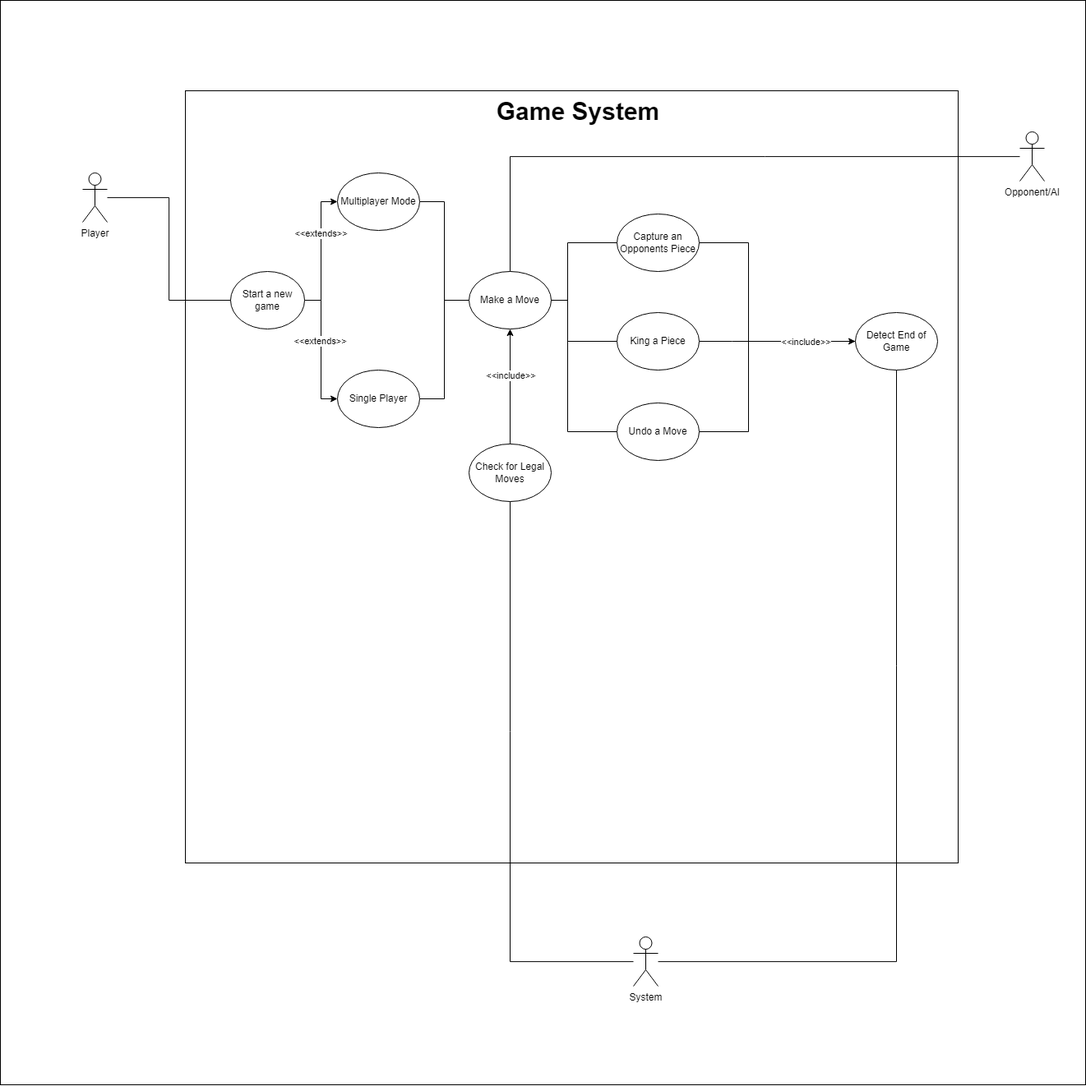
This is docs/diagrams/use_case_diagram.png from marinara782/OMG-Multiplayer-Project, a draw.io export, as it was before one commit. Source tidied: cells renumbered, new cells last; positions are measured from the earlier drawing's top-left corner, leaving out a move shared by most shapes.
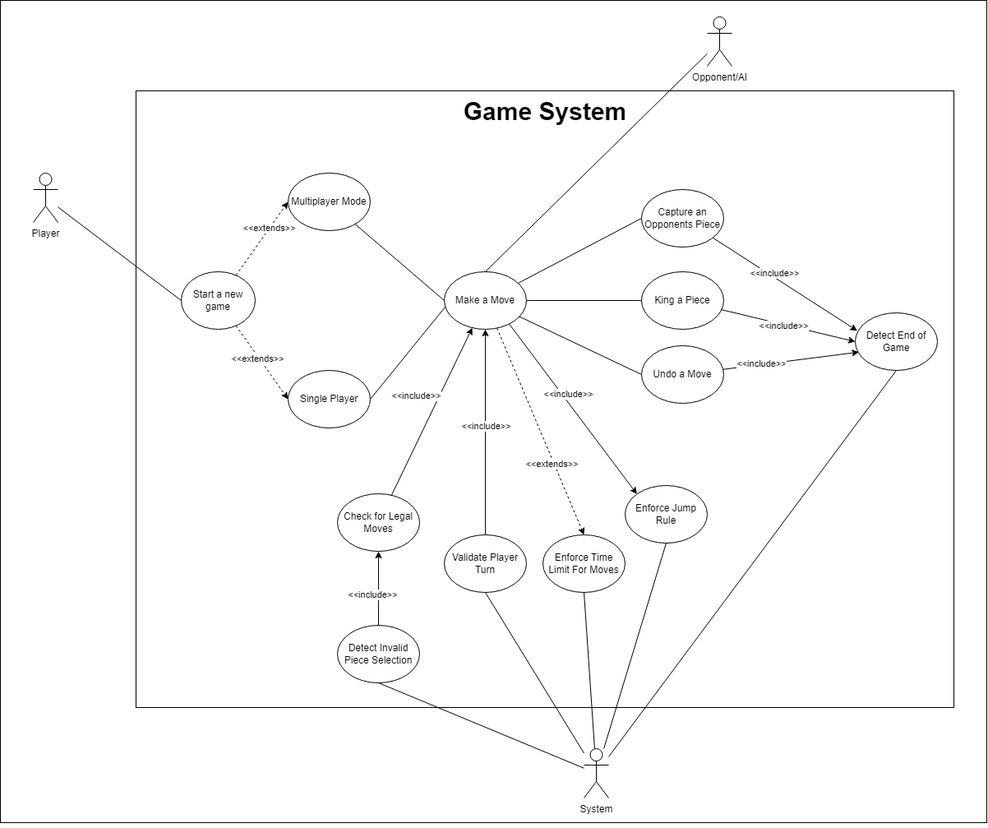
After the commit.

Commit message:
Added extra use cases, fixed and aligned the system, clarified function

The edit, as a diff of the source:
```diff
@@ -2,57 +2,62 @@
   <root>
     <mxCell id="0" />
     <mxCell id="1" parent="0" />
-    <mxCell id="2" style="whiteSpace=wrap;html=1;" parent="1" vertex="1">
-      <mxGeometry width="1320" height="1320" as="geometry" />
+    <mxCell id="2" style="whiteSpace=wrap;html=1;imageAspect=0;" parent="1" vertex="1">
+      <mxGeometry x="60" width="1200" height="1000" as="geometry" />
     </mxCell>
     <mxCell id="3" value="&lt;div&gt;Player&lt;/div&gt;" style="shape=umlActor;verticalLabelPosition=bottom;verticalAlign=top;html=1;outlineConnect=0;" parent="1" vertex="1">
       <mxGeometry x="100" y="210" width="30" height="60" as="geometry" />
     </mxCell>
-    <mxCell id="4" value="&lt;h1 style=&quot;padding-top: 0px; margin-top: 16.08px;&quot;&gt;&lt;br&gt;&lt;/h1&gt;" style="whiteSpace=wrap;html=1;align=center;horizontal=1;" parent="1" vertex="1">
-      <mxGeometry x="225" y="110" width="940" height="940" as="geometry" />
+    <mxCell id="4" value="&lt;h1 style=&quot;padding-top: 0px; margin-top: 16.08px;&quot;&gt;&lt;br&gt;&lt;/h1&gt;" style="whiteSpace=wrap;html=1;align=center;horizontal=1;strokeColor=default;imageAspect=0;" parent="1" vertex="1">
+      <mxGeometry x="225" y="110" width="995" height="750" as="geometry" />
     </mxCell>
-    <mxCell id="5" style="edgeStyle=orthogonalEdgeStyle;rounded=0;jettySize=auto;html=1;endArrow=none;startFill=0;" parent="1" edge="1" source="6" target="27">
+    <mxCell id="5" style="rounded=0;jettySize=auto;html=1;endArrow=none;startFill=0;entryX=0.5;entryY=0;entryDx=0;entryDy=0;" parent="1" edge="1" source="6" target="27">
       <mxGeometry relative="1" as="geometry" />
     </mxCell>
     <mxCell id="6" value="&lt;div&gt;Opponent/AI&lt;/div&gt;&lt;div&gt;&lt;br&gt;&lt;/div&gt;" style="shape=umlActor;verticalLabelPosition=bottom;verticalAlign=top;html=1;outlineConnect=0;" parent="1" vertex="1">
-      <mxGeometry x="1240" y="160" width="30" height="60" as="geometry" />
+      <mxGeometry x="920" y="20" width="30" height="60" as="geometry" />
     </mxCell>
-    <mxCell id="7" style="edgeStyle=orthogonalEdgeStyle;rounded=0;jettySize=auto;html=1;entryX=0.5;entryY=1;entryDx=0;entryDy=0;endArrow=none;startFill=0;" parent="1" edge="1" source="9" target="30">
+    <mxCell id="7" style="rounded=0;jettySize=auto;html=1;entryX=0.5;entryY=1;entryDx=0;entryDy=0;endArrow=none;startFill=0;" parent="1" edge="1" source="9" target="50">
       <mxGeometry relative="1" as="geometry" />
     </mxCell>
-    <mxCell id="8" style="edgeStyle=orthogonalEdgeStyle;rounded=0;jettySize=auto;html=1;entryX=0.5;entryY=1;entryDx=0;entryDy=0;endArrow=none;startFill=0;" parent="1" edge="1" source="9" target="34">
+    <mxCell id="8" style="rounded=0;jettySize=auto;html=1;entryX=0.5;entryY=1;entryDx=0;entryDy=0;endArrow=none;startFill=0;" parent="1" edge="1" source="9" target="34">
       <mxGeometry relative="1" as="geometry" />
     </mxCell>
+    <mxCell id="36" style="rounded=0;jettySize=auto;html=1;entryX=0.5;entryY=1;entryDx=0;entryDy=0;endArrow=none;startFill=0;" parent="1" edge="1" source="9" target="47">
+      <mxGeometry relative="1" as="geometry" />
+    </mxCell>
+    <mxCell id="37" style="rounded=0;jettySize=auto;html=1;entryX=0.5;entryY=1;entryDx=0;entryDy=0;endArrow=none;startFill=0;" parent="1" edge="1" source="9" target="52">
+      <mxGeometry relative="1" as="geometry" />
+    </mxCell>
     <mxCell id="9" value="System&lt;div&gt;&lt;br&gt;&lt;/div&gt;" style="shape=umlActor;verticalLabelPosition=bottom;verticalAlign=top;html=1;outlineConnect=0;" parent="1" vertex="1">
-      <mxGeometry x="770" y="1140" width="30" height="60" as="geometry" />
+      <mxGeometry x="770" y="910" width="30" height="60" as="geometry" />
     </mxCell>
     <mxCell id="10" value="&lt;b&gt;&lt;font style=&quot;font-size: 30px;&quot;&gt;Game System&lt;/font&gt;&lt;/b&gt;" style="text;html=1;align=center;verticalAlign=middle;whiteSpace=wrap;rounded=0;" parent="1" vertex="1">
-      <mxGeometry x="517.5" y="120" width="370" height="30" as="geometry" />
+      <mxGeometry x="537.5" y="120" width="370" height="30" as="geometry" />
     </mxCell>
-    <mxCell id="11" style="edgeStyle=orthogonalEdgeStyle;rounded=0;jettySize=auto;html=1;entryX=0;entryY=0.5;entryDx=0;entryDy=0;endArrow=none;startFill=0;" parent="1" edge="1" source="12" target="27">
+    <mxCell id="11" style="rounded=0;jettySize=auto;html=1;entryX=0;entryY=0.5;entryDx=0;entryDy=0;endArrow=none;startFill=0;" parent="1" edge="1" source="12" target="27">
       <mxGeometry relative="1" as="geometry" />
     </mxCell>
     <mxCell id="12" value="Multiplayer Mode" style="ellipse;whiteSpace=wrap;html=1;" parent="1" vertex="1">
       <mxGeometry x="410" y="210" width="100" height="70" as="geometry" />
     </mxCell>
-    <mxCell id="13" style="edgeStyle=orthogonalEdgeStyle;rounded=0;jettySize=auto;html=1;endArrow=none;startFill=0;" parent="1" edge="1" source="14" target="27">
+    <mxCell id="13" style="rounded=0;jettySize=auto;html=1;endArrow=none;startFill=0;exitX=1;exitY=0.5;exitDx=0;exitDy=0;" parent="1" edge="1" source="14">
       <mxGeometry relative="1" as="geometry">
-        <Array as="points">
-          <mxPoint x="540" y="485" />
-          <mxPoint x="540" y="365" />
-        </Array>
+        <mxPoint x="607.5" y="365" as="targetPoint" />
       </mxGeometry>
     </mxCell>
     <mxCell id="14" value="Single Player" style="ellipse;whiteSpace=wrap;html=1;" parent="1" vertex="1">
       <mxGeometry x="410" y="450" width="100" height="70" as="geometry" />
     </mxCell>
-    <mxCell id="15" style="edgeStyle=orthogonalEdgeStyle;rounded=0;jettySize=auto;html=1;entryX=0;entryY=0.5;entryDx=0;entryDy=0;strokeColor=default;curved=0;endArrow=classic;startFill=0;endFill=1;" parent="1" edge="1" source="19" target="14">
-      <mxGeometry relative="1" as="geometry" />
+    <mxCell id="15" style="rounded=0;jettySize=auto;html=1;strokeColor=default;endArrow=classic;startFill=0;endFill=1;dashed=1;" parent="1" edge="1" source="19">
+      <mxGeometry relative="1" as="geometry">
+        <mxPoint x="410" y="485" as="targetPoint" />
+      </mxGeometry>
     </mxCell>
     <mxCell id="16" value="&amp;lt;&amp;lt;extends&amp;gt;&amp;gt;" style="edgeLabel;html=1;align=center;verticalAlign=middle;" parent="15" vertex="1">
       <mxGeometry x="-0.15" y="-2" relative="1" as="geometry" />
     </mxCell>
-    <mxCell id="17" style="edgeStyle=orthogonalEdgeStyle;rounded=0;jettySize=auto;html=1;entryX=0;entryY=0.5;entryDx=0;entryDy=0;endArrow=classic;startFill=0;endFill=1;" parent="1" edge="1" source="19" target="12">
+    <mxCell id="17" style="rounded=0;jettySize=auto;html=1;entryX=0;entryY=0.5;entryDx=0;entryDy=0;endArrow=classic;startFill=0;endFill=1;dashed=1;" parent="1" edge="1" source="19" target="12">
       <mxGeometry relative="1" as="geometry" />
     </mxCell>
     <mxCell id="18" value="&amp;lt;&amp;lt;extends&amp;gt;&amp;gt;" style="edgeLabel;html=1;align=center;verticalAlign=middle;" parent="17" vertex="1">
@@ -61,85 +66,104 @@
     <mxCell id="19" value="Start a new game" style="ellipse;whiteSpace=wrap;html=1;" parent="1" vertex="1">
       <mxGeometry x="280" y="330" width="90" height="70" as="geometry" />
     </mxCell>
-    <mxCell id="20" style="edgeStyle=orthogonalEdgeStyle;rounded=0;jettySize=auto;html=1;entryX=0;entryY=0.5;entryDx=0;entryDy=0;endArrow=none;startFill=0;" parent="1" edge="1" source="21" target="34">
-      <mxGeometry relative="1" as="geometry">
-        <Array as="points">
-          <mxPoint x="910" y="295" />
-          <mxPoint x="910" y="415" />
-        </Array>
-      </mxGeometry>
+    <mxCell id="20" style="rounded=0;jettySize=auto;html=1;entryX=0.025;entryY=0.311;entryDx=0;entryDy=0;endArrow=classic;startFill=0;endFill=1;entryPerimeter=0;" parent="1" edge="1" source="21" target="34">
+      <mxGeometry relative="1" as="geometry" />
     </mxCell>
+    <mxCell id="38" value="&amp;lt;&amp;lt;include&amp;gt;&amp;gt;" style="edgeLabel;html=1;align=center;verticalAlign=middle;" parent="20" vertex="1">
+      <mxGeometry x="-0.18" y="5" relative="1" as="geometry" />
+    </mxCell>
     <mxCell id="21" value="Capture an Opponents Piece" style="ellipse;whiteSpace=wrap;html=1;" parent="1" vertex="1">
-      <mxGeometry x="750" y="260" width="100" height="70" as="geometry" />
+      <mxGeometry x="840" y="230" width="100" height="70" as="geometry" />
     </mxCell>
-    <mxCell id="22" style="edgeStyle=orthogonalEdgeStyle;rounded=0;jettySize=auto;html=1;endArrow=none;startFill=0;" parent="1" edge="1" source="23">
-      <mxGeometry relative="1" as="geometry">
-        <mxPoint x="930" y="415" as="targetPoint" />
-      </mxGeometry>
+    <mxCell id="22" style="rounded=0;jettySize=auto;html=1;endArrow=classic;startFill=0;entryX=0;entryY=0.5;entryDx=0;entryDy=0;endFill=1;" parent="1" edge="1" source="23" target="34">
+      <mxGeometry relative="1" as="geometry" />
     </mxCell>
+    <mxCell id="39" value="&amp;lt;&amp;lt;include&amp;gt;&amp;gt;" style="edgeLabel;html=1;align=center;verticalAlign=middle;" parent="22" vertex="1">
+      <mxGeometry x="-0.08" y="-1" relative="1" as="geometry" />
+    </mxCell>
     <mxCell id="23" value="King a Piece" style="ellipse;whiteSpace=wrap;html=1;" parent="1" vertex="1">
-      <mxGeometry x="750" y="380" width="100" height="70" as="geometry" />
+      <mxGeometry x="840" y="330" width="100" height="70" as="geometry" />
     </mxCell>
-    <mxCell id="24" style="edgeStyle=orthogonalEdgeStyle;rounded=0;jettySize=auto;html=1;entryX=0;entryY=0.5;entryDx=0;entryDy=0;endArrow=none;startFill=0;" parent="1" edge="1" source="27" target="21">
-      <mxGeometry relative="1" as="geometry">
-        <Array as="points">
-          <mxPoint x="690" y="365" />
-        </Array>
-      </mxGeometry>
+    <mxCell id="24" style="rounded=0;jettySize=auto;html=1;entryX=0;entryY=0.5;entryDx=0;entryDy=0;endArrow=none;startFill=0;" parent="1" edge="1" source="27" target="21">
+      <mxGeometry relative="1" as="geometry" />
     </mxCell>
-    <mxCell id="25" style="edgeStyle=orthogonalEdgeStyle;rounded=0;jettySize=auto;html=1;entryX=0;entryY=0.5;entryDx=0;entryDy=0;endArrow=none;startFill=0;" parent="1" edge="1" source="27" target="23">
-      <mxGeometry relative="1" as="geometry">
-        <Array as="points">
-          <mxPoint x="690" y="365" />
-        </Array>
-      </mxGeometry>
+    <mxCell id="25" style="rounded=0;jettySize=auto;html=1;entryX=0;entryY=0.5;entryDx=0;entryDy=0;endArrow=none;startFill=0;" parent="1" edge="1" source="27" target="23">
+      <mxGeometry relative="1" as="geometry" />
     </mxCell>
-    <mxCell id="26" style="edgeStyle=orthogonalEdgeStyle;rounded=0;jettySize=auto;html=1;entryX=0;entryY=0.5;entryDx=0;entryDy=0;endArrow=none;startFill=0;" parent="1" edge="1" source="27" target="33">
-      <mxGeometry relative="1" as="geometry">
-        <Array as="points">
-          <mxPoint x="690" y="365" />
-          <mxPoint x="690" y="525" />
-        </Array>
-      </mxGeometry>
+    <mxCell id="26" style="rounded=0;jettySize=auto;html=1;entryX=0;entryY=0.5;entryDx=0;entryDy=0;endArrow=none;startFill=0;" parent="1" edge="1" source="27" target="33">
+      <mxGeometry relative="1" as="geometry" />
     </mxCell>
+    <mxCell id="40" style="rounded=0;jettySize=auto;html=1;entryX=0.5;entryY=0;entryDx=0;entryDy=0;dashed=1;" parent="1" edge="1" source="27" target="51">
+      <mxGeometry relative="1" as="geometry" />
+    </mxCell>
+    <mxCell id="41" value="&amp;lt;&amp;lt;extends&amp;gt;&amp;gt;" style="edgeLabel;html=1;align=center;verticalAlign=middle;" parent="40" vertex="1">
+      <mxGeometry x="0.3" y="-3" relative="1" as="geometry" />
+    </mxCell>
+    <mxCell id="42" style="rounded=0;jettySize=auto;html=1;entryX=0;entryY=0;entryDx=0;entryDy=0;exitX=0.788;exitY=0.903;exitDx=0;exitDy=0;exitPerimeter=0;" parent="1" edge="1" source="27" target="52">
+      <mxGeometry relative="1" as="geometry" />
+    </mxCell>
+    <mxCell id="43" value="&amp;lt;&amp;lt;include&amp;gt;&amp;gt;" style="edgeLabel;html=1;align=center;verticalAlign=middle;" parent="42" vertex="1">
+      <mxGeometry x="-0.14" y="6" relative="1" as="geometry" />
+    </mxCell>
     <mxCell id="27" value="Make a Move" style="ellipse;whiteSpace=wrap;html=1;" parent="1" vertex="1">
-      <mxGeometry x="570" y="330" width="100" height="70" as="geometry" />
+      <mxGeometry x="600" y="330" width="100" height="70" as="geometry" />
     </mxCell>
-    <mxCell id="28" style="edgeStyle=orthogonalEdgeStyle;rounded=0;jettySize=auto;html=1;endArrow=classic;startFill=0;endFill=1;" parent="1" edge="1" source="30" target="27">
+    <mxCell id="28" style="rounded=0;jettySize=auto;html=1;endArrow=classic;startFill=0;endFill=1;" parent="1" edge="1" source="30" target="27">
       <mxGeometry relative="1" as="geometry" />
     </mxCell>
     <mxCell id="29" value="&amp;lt;&amp;lt;include&amp;gt;&amp;gt;" style="edgeLabel;html=1;align=center;verticalAlign=middle;" parent="28" vertex="1">
-      <mxGeometry x="0.2" relative="1" as="geometry" />
+      <mxGeometry x="0.2" relative="1" as="geometry">
+        <mxPoint x="-29" as="offset" />
+      </mxGeometry>
     </mxCell>
     <mxCell id="30" value="Check for Legal Moves" style="ellipse;whiteSpace=wrap;html=1;" parent="1" vertex="1">
-      <mxGeometry x="570" y="540" width="100" height="70" as="geometry" />
+      <mxGeometry x="470" y="600" width="100" height="70" as="geometry" />
     </mxCell>
-    <mxCell id="31" style="edgeStyle=orthogonalEdgeStyle;rounded=0;jettySize=auto;html=1;entryX=0;entryY=0.5;entryDx=0;entryDy=0;endArrow=classic;startFill=0;endFill=1;" parent="1" edge="1" source="33" target="34">
-      <mxGeometry relative="1" as="geometry">
-        <Array as="points">
-          <mxPoint x="910" y="525" />
-          <mxPoint x="910" y="415" />
-        </Array>
-      </mxGeometry>
+    <mxCell id="31" style="rounded=0;jettySize=auto;html=1;entryX=0.045;entryY=0.682;entryDx=0;entryDy=0;endArrow=classic;startFill=0;endFill=1;entryPerimeter=0;" parent="1" edge="1" source="33" target="34">
+      <mxGeometry relative="1" as="geometry" />
     </mxCell>
-    <mxCell id="32" value="&amp;lt;&amp;lt;include&amp;gt;&amp;gt;" style="edgeLabel;html=1;align=center;verticalAlign=middle;" parent="31" vertex="1">
-      <mxGeometry x="0.71" y="-2" relative="1" as="geometry">
-        <mxPoint x="-17" y="-2" as="offset" />
-      </mxGeometry>
-    </mxCell>
+    <mxCell id="44" value="&amp;lt;&amp;lt;include&amp;gt;&amp;gt;&lt;div&gt;&lt;br&gt;&lt;/div&gt;" style="edgeLabel;html=1;align=center;verticalAlign=middle;" parent="31" vertex="1">
+      <mxGeometry x="-0.43" y="-6" relative="1" as="geometry">
+        <mxPoint x="-1" as="offset" />
+      </mxGeometry>
+    </mxCell>
     <mxCell id="33" value="Undo a Move" style="ellipse;whiteSpace=wrap;html=1;" parent="1" vertex="1">
-      <mxGeometry x="750" y="490" width="100" height="70" as="geometry" />
+      <mxGeometry x="840" y="420" width="100" height="70" as="geometry" />
     </mxCell>
     <mxCell id="34" value="Detect End of Game" style="ellipse;whiteSpace=wrap;html=1;" parent="1" vertex="1">
-      <mxGeometry x="1040" y="380" width="100" height="70" as="geometry" />
+      <mxGeometry x="1100" y="380" width="100" height="70" as="geometry" />
     </mxCell>
-    <mxCell id="35" style="edgeStyle=orthogonalEdgeStyle;rounded=0;jettySize=auto;html=1;entryX=0;entryY=0.5;entryDx=0;entryDy=0;endArrow=none;startFill=0;" parent="1" edge="1" source="3" target="19">
-      <mxGeometry relative="1" as="geometry">
-        <Array as="points">
-          <mxPoint x="205" y="240" />
-          <mxPoint x="205" y="365" />
-        </Array>
-      </mxGeometry>
+    <mxCell id="35" style="rounded=0;jettySize=auto;html=1;entryX=0;entryY=0.5;entryDx=0;entryDy=0;endArrow=none;startFill=0;" parent="1" edge="1" source="3" target="19">
+      <mxGeometry relative="1" as="geometry" />
     </mxCell>
+    <mxCell id="45" style="rounded=0;jettySize=auto;html=1;entryX=0.5;entryY=1;entryDx=0;entryDy=0;" parent="1" edge="1" source="47" target="27">
+      <mxGeometry relative="1" as="geometry" />
+    </mxCell>
+    <mxCell id="46" value="&amp;lt;&amp;lt;include&amp;gt;&amp;gt;" style="edgeLabel;html=1;align=center;verticalAlign=middle;" parent="45" vertex="1">
+      <mxGeometry x="0.06" relative="1" as="geometry" />
+    </mxCell>
+    <mxCell id="47" value="Validate Player Turn" style="ellipse;whiteSpace=wrap;html=1;" parent="1" vertex="1">
+      <mxGeometry x="600" y="650" width="100" height="70" as="geometry" />
+    </mxCell>
+    <mxCell id="48" style="edgeStyle=orthogonalEdgeStyle;rounded=0;jettySize=auto;html=1;entryX=0.5;entryY=1;entryDx=0;entryDy=0;" parent="1" edge="1" source="50" target="30">
+      <mxGeometry relative="1" as="geometry" />
+    </mxCell>
+    <mxCell id="49" value="&amp;lt;&amp;lt;include&amp;gt;&amp;gt;" style="edgeLabel;html=1;align=center;verticalAlign=middle;" parent="48" vertex="1">
+      <mxGeometry x="-0.19" y="8" relative="1" as="geometry">
+        <mxPoint y="-1" as="offset" />
+      </mxGeometry>
+    </mxCell>
+    <mxCell id="50" value="Detect Invalid Piece Selection" style="ellipse;whiteSpace=wrap;html=1;" parent="1" vertex="1">
+      <mxGeometry x="470" y="760" width="100" height="70" as="geometry" />
+    </mxCell>
+    <mxCell id="51" value="Enforce Time Limit For Moves" style="ellipse;whiteSpace=wrap;html=1;" parent="1" vertex="1">
+      <mxGeometry x="720" y="650" width="100" height="70" as="geometry" />
+    </mxCell>
+    <mxCell id="52" value="Enforce Jump Rule" style="ellipse;whiteSpace=wrap;html=1;" parent="1" vertex="1">
+      <mxGeometry x="820" y="590" width="100" height="70" as="geometry" />
+    </mxCell>
+    <mxCell id="53" style="rounded=0;jettySize=auto;html=1;entryX=0.5;entryY=1;entryDx=0;entryDy=0;endArrow=none;startFill=0;" parent="1" edge="1" source="9" target="51">
+      <mxGeometry relative="1" as="geometry" />
+    </mxCell>
   </root>
 </mxGraphModel>
```
